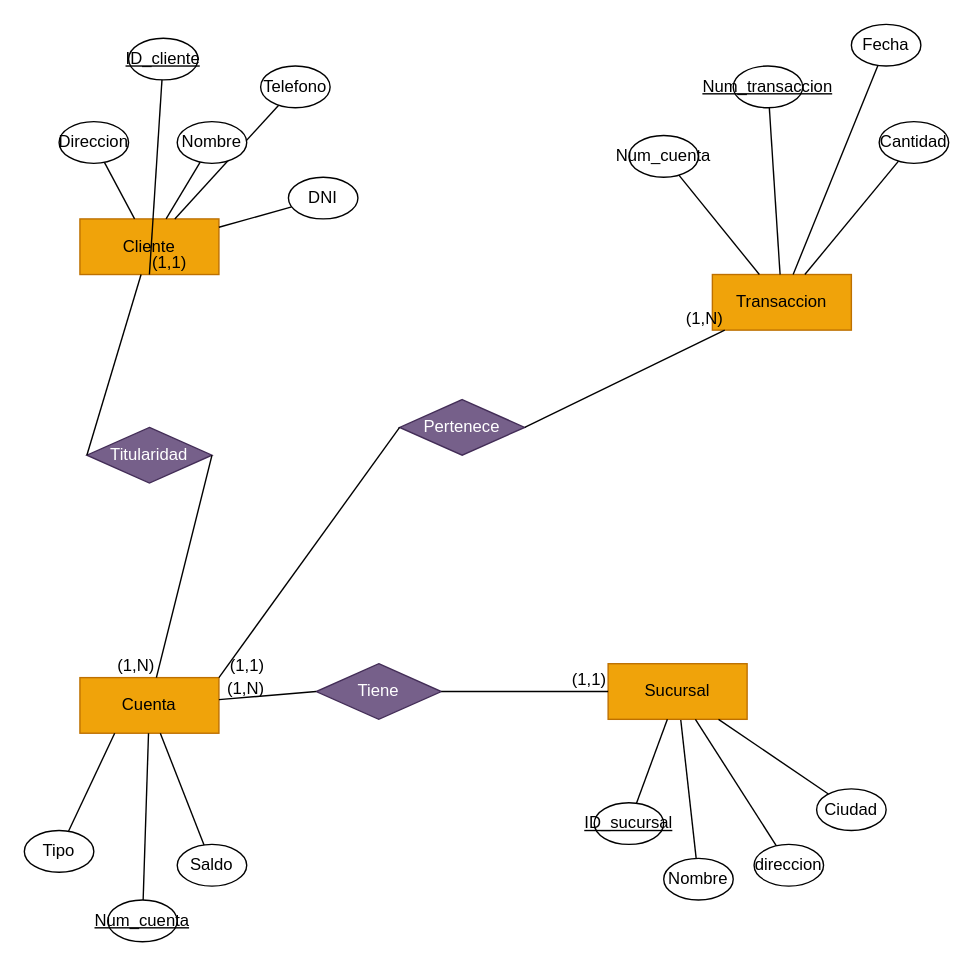
Before: ejers/Ejer09.drawio in NuzzzKa/BasesDeDatos, a draw.io diagram. Source tidied: cells renumbered, new cells numbered last; positions are measured from the earlier drawing's top-left corner, leaving out a move shared by most shapes. Both pictures are drawn from the tidied source at 139%, with x=0, y=0 at pixel (24, 24).
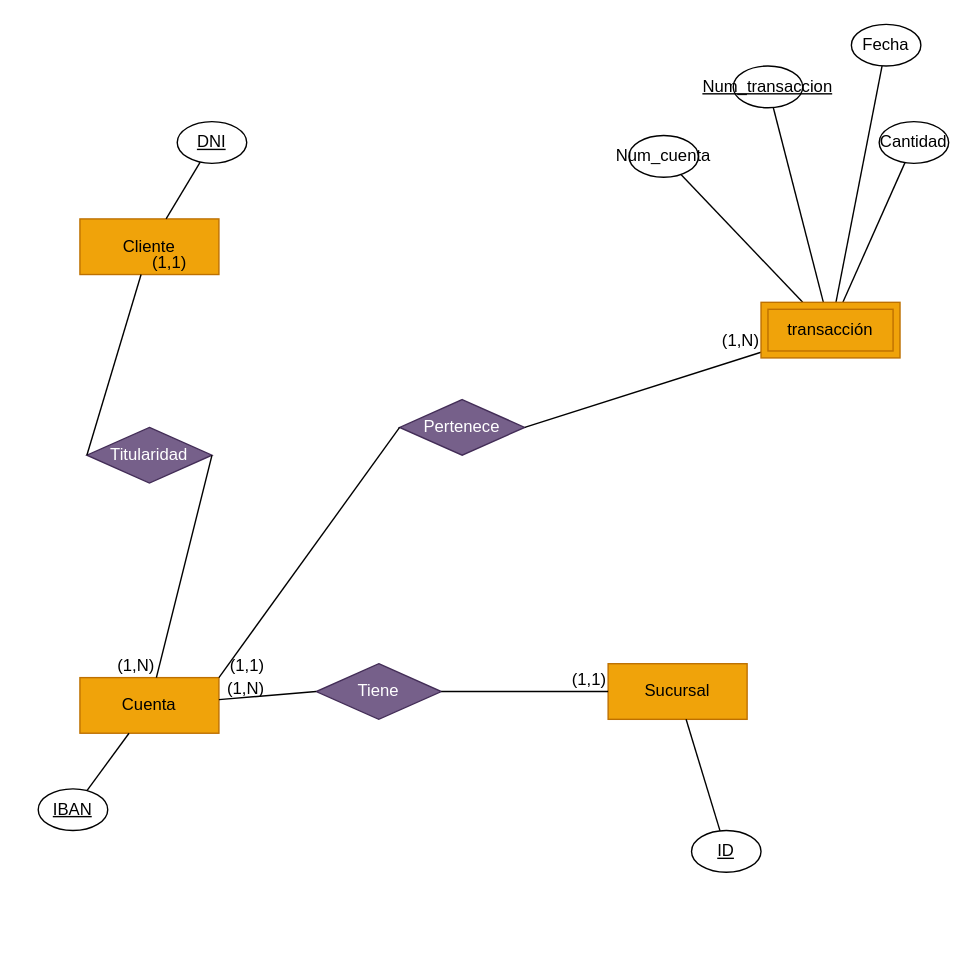
The same page after the edit.

Unchanged cells that the change refers to:
```xml
<mxCell id="2" value="Cliente" style="whiteSpace=wrap;html=1;align=center;fillColor=#f0a30a;strokeColor=#BD7000;fontColor=#000000;" parent="1" vertex="1">
  <mxGeometry x="40" y="140" width="100" height="40" as="geometry" />
</mxCell>
<mxCell id="3" value="Cuenta" style="whiteSpace=wrap;html=1;align=center;fillColor=#f0a30a;strokeColor=#BD7000;fontColor=#000000;" parent="1" vertex="1">
  <mxGeometry x="40" y="470" width="100" height="40" as="geometry" />
</mxCell>
<mxCell id="22" value="Sucursal" style="whiteSpace=wrap;html=1;align=center;fillColor=#f0a30a;strokeColor=#BD7000;fontColor=#000000;" parent="1" vertex="1">
  <mxGeometry x="420" y="460" width="100" height="40" as="geometry" />
</mxCell>
<mxCell id="31" value="&lt;u&gt;Num_transaccion&lt;/u&gt;" style="ellipse;whiteSpace=wrap;html=1;align=center;" parent="1" vertex="1">
  <mxGeometry x="510" y="30" width="50" height="30" as="geometry" />
</mxCell>
<mxCell id="33" value="Fecha" style="ellipse;whiteSpace=wrap;html=1;align=center;" parent="1" vertex="1">
  <mxGeometry x="595" width="50" height="30" as="geometry" />
</mxCell>
<mxCell id="35" value="Cantidad" style="ellipse;whiteSpace=wrap;html=1;align=center;" parent="1" vertex="1">
  <mxGeometry x="615" y="70" width="50" height="30" as="geometry" />
</mxCell>
<mxCell id="37" value="Num_cuenta" style="ellipse;whiteSpace=wrap;html=1;align=center;" parent="1" vertex="1">
  <mxGeometry x="435" y="80" width="50" height="30" as="geometry" />
</mxCell>
<mxCell id="48" value="Pertenece" style="shape=rhombus;perimeter=rhombusPerimeter;whiteSpace=wrap;html=1;align=center;fillColor=#76608a;fontColor=#ffffff;strokeColor=#432D57;" parent="1" vertex="1">
  <mxGeometry x="270" y="270" width="90" height="40" as="geometry" />
</mxCell>
```

What changed in the source:
```diff
@@
-    <mxCell id="4" style="endArrow=none;html=1;rounded=0;exitX=0.5;exitY=1;exitDx=0;exitDy=0;" parent="1" edge="1" source="2" target="5">
-      <mxGeometry relative="1" as="geometry" />
-    </mxCell>
-    <mxCell id="5" value="&lt;u&gt;ID_cliente&lt;/u&gt;" style="ellipse;whiteSpace=wrap;html=1;align=center;" parent="1" vertex="1">
-      <mxGeometry x="75" y="10" width="50" height="30" as="geometry" />
-    </mxCell>
-    <mxCell id="6" style="endArrow=none;html=1;rounded=0;" parent="1" edge="1" source="3" target="7">
-      <mxGeometry relative="1" as="geometry" />
-    </mxCell>
-    <mxCell id="7" value="&lt;u&gt;Num_cuenta&lt;/u&gt;" style="ellipse;whiteSpace=wrap;html=1;align=center;" parent="1" vertex="1">
-      <mxGeometry x="60" y="630" width="50" height="30" as="geometry" />
-    </mxCell>
-    <mxCell id="8" style="endArrow=none;html=1;rounded=0;" parent="1" edge="1" source="2" target="9">
-      <mxGeometry relative="1" as="geometry" />
-    </mxCell>
-    <mxCell id="9" value="Telefono" style="ellipse;whiteSpace=wrap;html=1;align=center;" parent="1" vertex="1">
-      <mxGeometry x="170" y="30" width="50" height="30" as="geometry" />
-    </mxCell>
-    <mxCell id="10" style="endArrow=none;html=1;rounded=0;" parent="1" edge="1" source="2" target="11">
-      <mxGeometry relative="1" as="geometry" />
-    </mxCell>
-    <mxCell id="11" value="Direccion" style="ellipse;whiteSpace=wrap;html=1;align=center;" parent="1" vertex="1">
-      <mxGeometry x="25" y="70" width="50" height="30" as="geometry" />
-    </mxCell>
-    <mxCell id="12" style="endArrow=none;html=1;rounded=0;" parent="1" edge="1" source="2" target="13">
-      <mxGeometry relative="1" as="geometry" />
-    </mxCell>
-    <mxCell id="13" value="Nombre" style="ellipse;whiteSpace=wrap;html=1;align=center;" parent="1" vertex="1">
-      <mxGeometry x="110" y="70" width="50" height="30" as="geometry" />
-    </mxCell>
-    <mxCell id="14" style="endArrow=none;html=1;rounded=0;" parent="1" edge="1" source="2" target="15">
-      <mxGeometry relative="1" as="geometry" />
-    </mxCell>
-    <mxCell id="15" value="DNI" style="ellipse;whiteSpace=wrap;html=1;align=center;" parent="1" vertex="1">
-      <mxGeometry x="190" y="110" width="50" height="30" as="geometry" />
-    </mxCell>
-    <mxCell id="16" style="endArrow=none;html=1;rounded=0;" parent="1" edge="1" source="22" target="17">
-      <mxGeometry relative="1" as="geometry" />
-    </mxCell>
-    <mxCell id="17" value="Nombre" style="ellipse;whiteSpace=wrap;html=1;align=center;" parent="1" vertex="1">
-      <mxGeometry x="460" y="600" width="50" height="30" as="geometry" />
-    </mxCell>
-    <mxCell id="18" style="endArrow=none;html=1;rounded=0;exitX=0.25;exitY=1;exitDx=0;exitDy=0;" parent="1" edge="1" source="3" target="19">
-      <mxGeometry relative="1" as="geometry" />
-    </mxCell>
-    <mxCell id="19" value="Tipo" style="ellipse;whiteSpace=wrap;html=1;align=center;" parent="1" vertex="1">
-      <mxGeometry y="580" width="50" height="30" as="geometry" />
-    </mxCell>
-    <mxCell id="20" style="endArrow=none;html=1;rounded=0;" parent="1" edge="1" source="3" target="21">
-      <mxGeometry relative="1" as="geometry" />
-    </mxCell>
-    <mxCell id="21" value="Saldo" style="ellipse;whiteSpace=wrap;html=1;align=center;" parent="1" vertex="1">
-      <mxGeometry x="110" y="590" width="50" height="30" as="geometry" />
-    </mxCell>
@@
-    <mxCell id="23" style="endArrow=none;html=1;rounded=0;" parent="1" edge="1" source="22" target="24">
-      <mxGeometry relative="1" as="geometry" />
-    </mxCell>
-    <mxCell id="24" value="&lt;u&gt;ID_sucursal&lt;/u&gt;" style="ellipse;whiteSpace=wrap;html=1;align=center;" parent="1" vertex="1">
-      <mxGeometry x="410" y="560" width="50" height="30" as="geometry" />
-    </mxCell>
-    <mxCell id="25" style="endArrow=none;html=1;rounded=0;" parent="1" edge="1" source="22" target="26">
-      <mxGeometry relative="1" as="geometry" />
-    </mxCell>
-    <mxCell id="26" value="Ciudad" style="ellipse;whiteSpace=wrap;html=1;align=center;" parent="1" vertex="1">
-      <mxGeometry x="570" y="550" width="50" height="30" as="geometry" />
-    </mxCell>
-    <mxCell id="27" style="endArrow=none;html=1;rounded=0;" parent="1" edge="1" source="22" target="28">
-      <mxGeometry relative="1" as="geometry" />
-    </mxCell>
-    <mxCell id="28" value="direccion" style="ellipse;whiteSpace=wrap;html=1;align=center;" parent="1" vertex="1">
-      <mxGeometry x="525" y="590" width="50" height="30" as="geometry" />
-    </mxCell>
-    <mxCell id="29" value="Transaccion" style="whiteSpace=wrap;html=1;align=center;fillColor=#f0a30a;strokeColor=#BD7000;fontColor=#000000;" parent="1" vertex="1">
-      <mxGeometry x="495" y="180" width="100" height="40" as="geometry" />
-    </mxCell>
-    <mxCell id="30" style="endArrow=none;html=1;rounded=0;" parent="1" edge="1" source="29" target="31">
+    <mxCell id="30" style="endArrow=none;html=1;rounded=0;" parent="1" edge="1" source="53" target="31">
       <mxGeometry relative="1" as="geometry" />
     </mxCell>
@@
-    <mxCell id="32" style="endArrow=none;html=1;rounded=0;" parent="1" edge="1" source="29" target="33">
+    <mxCell id="32" style="endArrow=none;html=1;rounded=0;" parent="1" edge="1" source="53" target="33">
       <mxGeometry relative="1" as="geometry" />
     </mxCell>
@@
-    <mxCell id="34" style="endArrow=none;html=1;rounded=0;" parent="1" edge="1" source="29" target="35">
+    <mxCell id="34" style="endArrow=none;html=1;rounded=0;" parent="1" edge="1" source="53" target="35">
       <mxGeometry relative="1" as="geometry" />
     </mxCell>
@@
-    <mxCell id="36" style="endArrow=none;html=1;rounded=0;" parent="1" edge="1" source="29" target="37">
-      <mxGeometry relative="1" as="geometry" />
+    <mxCell id="36" style="endArrow=none;html=1;rounded=0;" parent="1" edge="1" source="53" target="37">
+      <mxGeometry relative="1" as="geometry">
+        <Array as="points">
+          <mxPoint x="560" y="200" />
+        </Array>
+      </mxGeometry>
     </mxCell>
@@
-    <mxCell id="51" style="endArrow=none;html=1;rounded=0;exitX=1;exitY=0.5;exitDx=0;exitDy=0;" parent="1" edge="1" source="48" target="29">
+    <mxCell id="51" style="endArrow=none;html=1;rounded=0;exitX=1;exitY=0.5;exitDx=0;exitDy=0;" parent="1" edge="1" source="48" target="53">
       <mxGeometry relative="1" as="geometry" />
     </mxCell>
@@
+    <mxCell id="14" style="endArrow=none;html=1;rounded=0;" parent="1" edge="1" source="2" target="15">
+      <mxGeometry relative="1" as="geometry" />
+    </mxCell>
+    <mxCell id="15" value="&lt;u&gt;DNI&lt;/u&gt;" style="ellipse;whiteSpace=wrap;html=1;align=center;" parent="1" vertex="1">
+      <mxGeometry x="110" y="70" width="50" height="30" as="geometry" />
+    </mxCell>
+    <mxCell id="53" value="transacción" style="shape=ext;margin=3;double=1;whiteSpace=wrap;html=1;align=center;fillColor=#f0a30a;fontColor=#000000;strokeColor=#BD7000;" parent="1" vertex="1">
+      <mxGeometry x="530" y="200" width="100" height="40" as="geometry" />
+    </mxCell>
+    <mxCell id="54" style="endArrow=none;html=1;rounded=0;" parent="1" edge="1" source="3" target="55">
+      <mxGeometry relative="1" as="geometry" />
+    </mxCell>
+    <mxCell id="55" value="&lt;u&gt;IBAN&lt;/u&gt;" style="ellipse;whiteSpace=wrap;html=1;align=center;" parent="1" vertex="1">
+      <mxGeometry x="10" y="550" width="50" height="30" as="geometry" />
+    </mxCell>
+    <mxCell id="56" style="endArrow=none;html=1;rounded=0;" parent="1" edge="1" source="22" target="57">
+      <mxGeometry relative="1" as="geometry" />
+    </mxCell>
+    <mxCell id="57" value="&lt;u&gt;ID&lt;/u&gt;" style="ellipse;whiteSpace=wrap;html=1;align=center;" parent="1" vertex="1">
+      <mxGeometry x="480" y="580" width="50" height="30" as="geometry" />
+    </mxCell>
```
